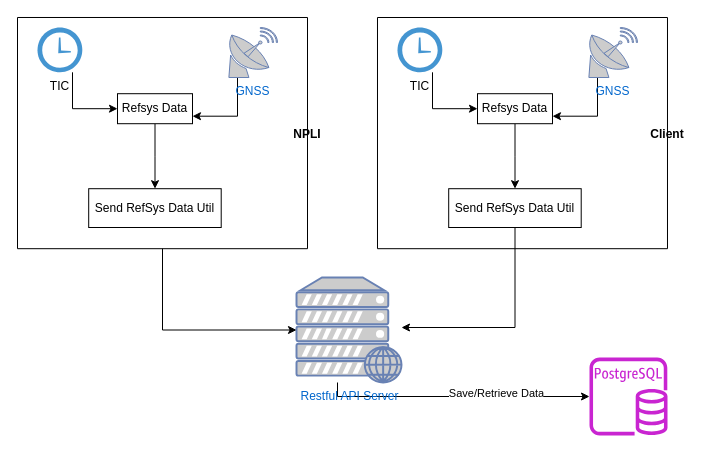
The draw.io diagram npl-tnf.drawio in ravichanderjha/NPL-NTP, before the edit. Source tidied: cells renumbered, new cells numbered last; positions are measured from the earlier drawing's top-left corner, leaving out a move shared by most shapes. Both pictures are drawn from the tidied source at 100%, with x=0, y=0 at pixel (17, 17).
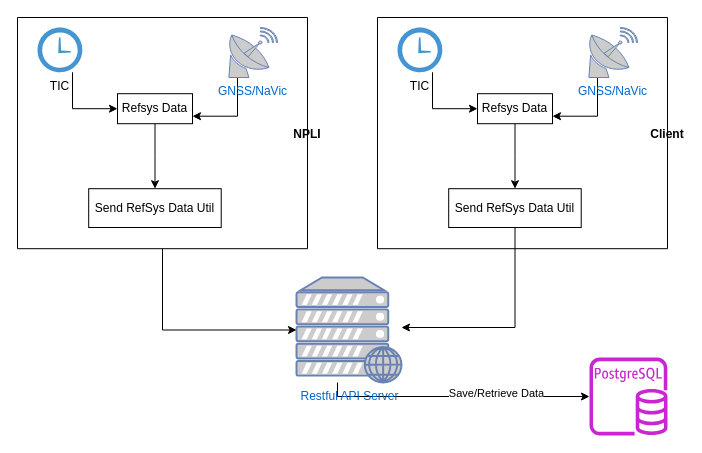
After the change.

Unchanged cells that the change refers to:
```xml
<mxCell id="2" value="NPLI" style="swimlane;startSize=0;direction=south;" parent="1" vertex="1">
  <mxGeometry width="290" height="231.2" as="geometry" />
</mxCell>
<mxCell id="10" value="Client" style="swimlane;startSize=0;direction=south;" parent="1" vertex="1">
  <mxGeometry x="360" width="290" height="231.2" as="geometry" />
</mxCell>
```

Diff of the diagram source:
```diff
@@
-    <mxCell id="4" value="GNSS" style="fontColor=#0066CC;verticalAlign=top;verticalLabelPosition=bottom;labelPosition=center;align=center;html=1;outlineConnect=0;fillColor=#CCCCCC;strokeColor=#6881B3;gradientColor=none;gradientDirection=north;strokeWidth=2;shape=mxgraph.networks.satellite_dish;" parent="2" vertex="1">
+    <mxCell id="4" value="GNSS/NaVic" style="fontColor=#0066CC;verticalAlign=top;verticalLabelPosition=bottom;labelPosition=center;align=center;html=1;outlineConnect=0;fillColor=#CCCCCC;strokeColor=#6881B3;gradientColor=none;gradientDirection=north;strokeWidth=2;shape=mxgraph.networks.satellite_dish;" parent="2" vertex="1">
       <mxGeometry x="210" y="10" width="50" height="50" as="geometry" />
     </mxCell>
@@
-    <mxCell id="12" value="GNSS" style="fontColor=#0066CC;verticalAlign=top;verticalLabelPosition=bottom;labelPosition=center;align=center;html=1;outlineConnect=0;fillColor=#CCCCCC;strokeColor=#6881B3;gradientColor=none;gradientDirection=north;strokeWidth=2;shape=mxgraph.networks.satellite_dish;" parent="10" vertex="1">
+    <mxCell id="12" value="GNSS/NaVic" style="fontColor=#0066CC;verticalAlign=top;verticalLabelPosition=bottom;labelPosition=center;align=center;html=1;outlineConnect=0;fillColor=#CCCCCC;strokeColor=#6881B3;gradientColor=none;gradientDirection=north;strokeWidth=2;shape=mxgraph.networks.satellite_dish;" parent="10" vertex="1">
       <mxGeometry x="210" y="10" width="50" height="50" as="geometry" />
     </mxCell>
```
